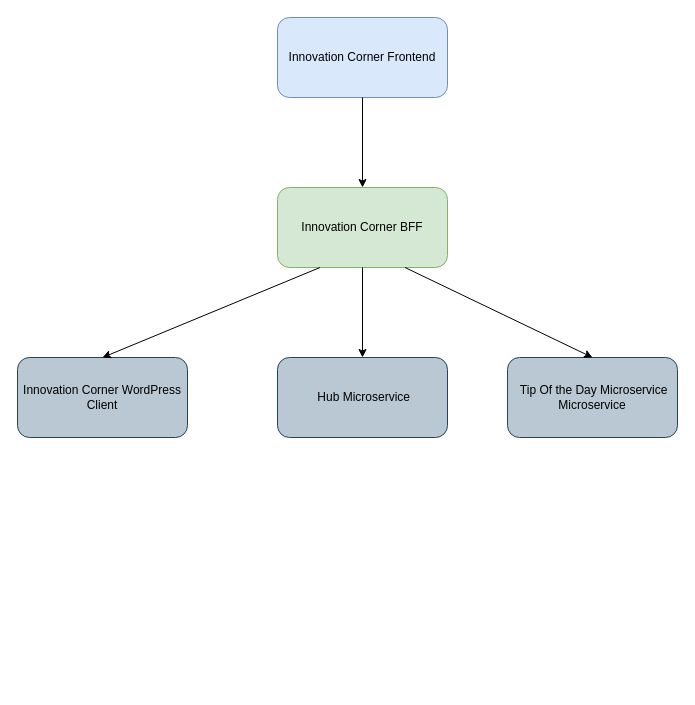
The draw.io diagram Innovation_Corner_Flow.drawio in bhagyaravi/knative-ocp-3.11, before the edit. Source tidied: cells renumbered, new cells numbered last; positions are measured from the earlier drawing's top-left corner, leaving out a move shared by most shapes. Both pictures are drawn from the tidied source at 100%, with x=0, y=0 at pixel (17, 17). Pictures stored in the file or linked from it are replaced by grey dashed boxes.
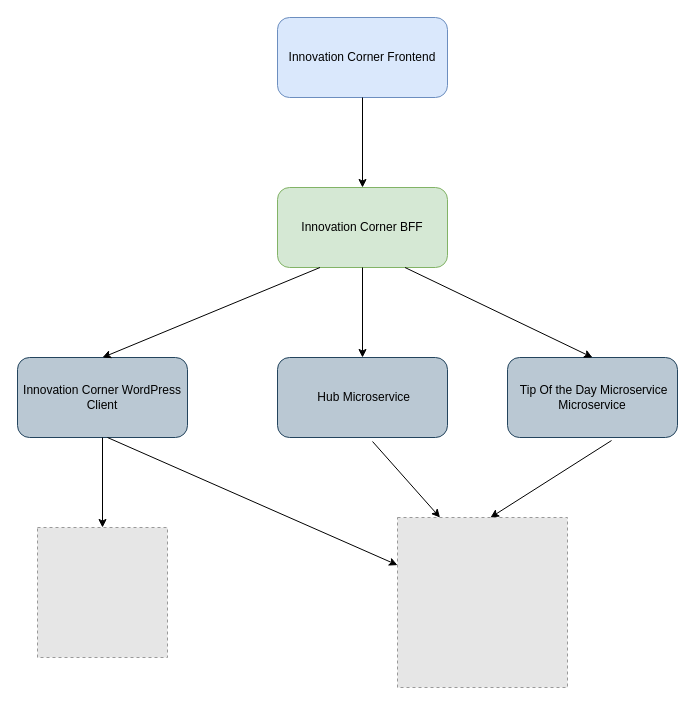
After the change.

What changed in the source:
```diff
@@
 <mxGraphModel>
   <root>
     <mxCell id="0" />
     <mxCell id="1" parent="0" />
     <mxCell id="2" value="Innovation Corner Frontend" style="rounded=1;whiteSpace=wrap;html=1;fillColor=#dae8fc;strokeColor=#6c8ebf;" parent="1" vertex="1">
       <mxGeometry x="260" width="170" height="80" as="geometry" />
     </mxCell>
     <mxCell id="3" value="Innovation Corner BFF" style="rounded=1;whiteSpace=wrap;html=1;fillColor=#d5e8d4;strokeColor=#82b366;" parent="1" vertex="1">
       <mxGeometry x="260" y="170" width="170" height="80" as="geometry" />
     </mxCell>
     <mxCell id="4" value="Innovation Corner WordPress Client" style="rounded=1;whiteSpace=wrap;html=1;fillColor=#bac8d3;strokeColor=#23445d;" parent="1" vertex="1">
       <mxGeometry y="340" width="170" height="80" as="geometry" />
     </mxCell>
     <mxCell id="5" value="&amp;nbsp;Hub Microservice" style="rounded=1;whiteSpace=wrap;html=1;fillColor=#bac8d3;strokeColor=#23445d;" parent="1" vertex="1">
       <mxGeometry x="260" y="340" width="170" height="80" as="geometry" />
     </mxCell>
     <mxCell id="6" value="&amp;nbsp;Tip Of the Day Microservice Microservice" style="rounded=1;whiteSpace=wrap;html=1;fillColor=#bac8d3;strokeColor=#23445d;" parent="1" vertex="1">
       <mxGeometry x="490" y="340" width="170" height="80" as="geometry" />
     </mxCell>
     <mxCell id="7" style="endArrow=classic;html=1;exitX=0.5;exitY=1;exitDx=0;exitDy=0;" parent="1" edge="1" source="2" target="3">
       <mxGeometry relative="1" as="geometry" />
     </mxCell>
     <mxCell id="8" style="endArrow=classic;html=1;entryX=0.5;entryY=0;entryDx=0;entryDy=0;exitX=0.25;exitY=1;exitDx=0;exitDy=0;" parent="1" edge="1" source="3" target="4">
       <mxGeometry relative="1" as="geometry" />
     </mxCell>
     <mxCell id="9" style="endArrow=classic;html=1;entryX=0.5;entryY=0;entryDx=0;entryDy=0;exitX=0.5;exitY=1;exitDx=0;exitDy=0;" parent="1" edge="1" source="3" target="5">
       <mxGeometry relative="1" as="geometry" />
     </mxCell>
     <mxCell id="10" style="endArrow=classic;html=1;entryX=0.5;entryY=0;entryDx=0;entryDy=0;exitX=0.75;exitY=1;exitDx=0;exitDy=0;" parent="1" edge="1" source="3" target="6">
       <mxGeometry relative="1" as="geometry" />
     </mxCell>
+    <mxCell id="11" style="fillColor=#E6E6E6;strokeColor=#999999;dashed=1;verticalLabelPosition=bottom;verticalAlign=top;" parent="1" vertex="1">
+      <mxGeometry x="20" y="510" width="130" height="130" as="geometry" />
+    </mxCell>
+    <mxCell id="12" style="endArrow=classic;html=1;entryX=0.5;entryY=0;entryDx=0;entryDy=0;" parent="1" edge="1" source="4" target="11">
+      <mxGeometry relative="1" as="geometry" />
+    </mxCell>
+    <mxCell id="13" style="fillColor=#E6E6E6;strokeColor=#999999;dashed=1;verticalLabelPosition=bottom;verticalAlign=top;" parent="1" vertex="1">
+      <mxGeometry x="380" y="500" width="170" height="170" as="geometry" />
+    </mxCell>
+    <mxCell id="14" style="endArrow=classic;html=1;entryX=0.25;entryY=0;entryDx=0;entryDy=0;exitX=0.559;exitY=1.05;exitDx=0;exitDy=0;exitPerimeter=0;" parent="1" edge="1" source="5" target="13">
+      <mxGeometry relative="1" as="geometry" />
+    </mxCell>
+    <mxCell id="15" style="endArrow=classic;html=1;entryX=0.547;entryY=0;entryDx=0;entryDy=0;exitX=0.612;exitY=1.038;exitDx=0;exitDy=0;exitPerimeter=0;entryPerimeter=0;" parent="1" edge="1" source="6" target="13">
+      <mxGeometry relative="1" as="geometry" />
+    </mxCell>
+    <mxCell id="16" style="endArrow=classic;html=1;" parent="1" edge="1" target="13">
+      <mxGeometry relative="1" as="geometry">
+        <mxPoint x="90" y="420" as="sourcePoint" />
+      </mxGeometry>
+    </mxCell>
   </root>
 </mxGraphModel>
```
